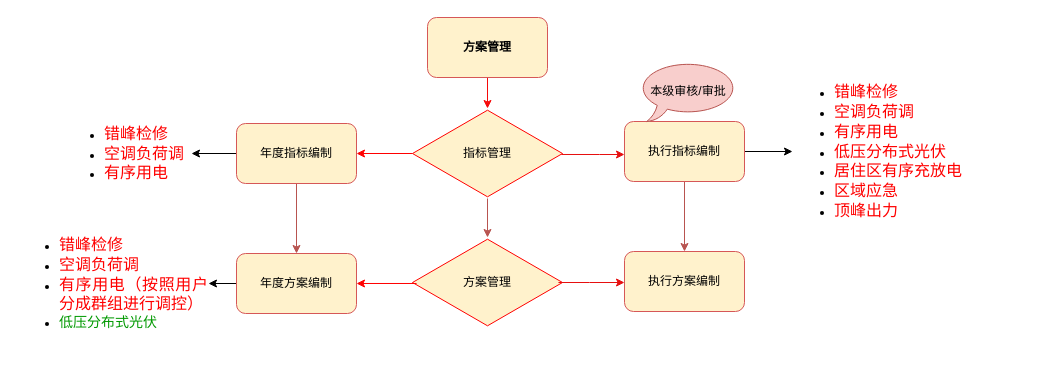
Earlier version of the draw.io diagram 资源调控.drawio (jetluo/jetluo.github.io). Source tidied: cells renumbered, new cells numbered last; positions are measured from the earlier drawing's top-left corner, leaving out a move shared by most shapes. Both pictures are drawn from the tidied source at 100%, with x=0, y=0 at pixel (17, 17).
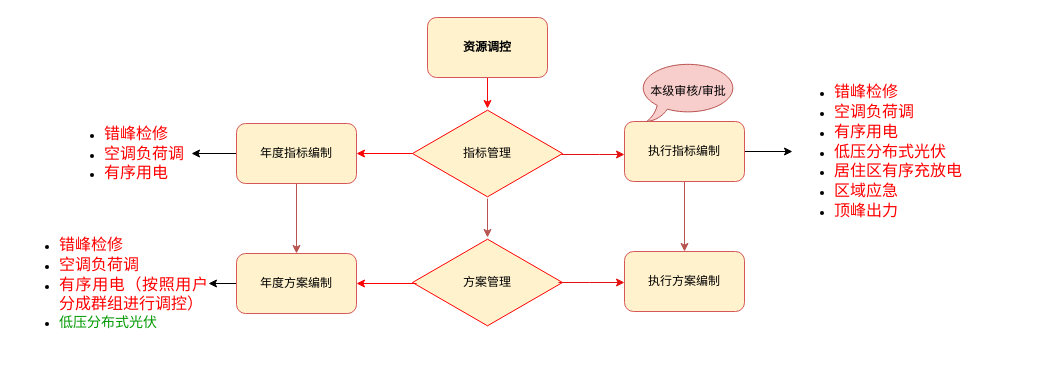
The same diagram, later.

Commit message:
更新资源调控.drawio

Change to the diagram source:
```diff
@@
-    <mxCell id="3" value="方案管理" style="whiteSpace=wrap;html=1;fillColor=#fff2cc;strokeColor=light-dark(#d65757, #6d5100);rounded=1;fontStyle=1;" parent="1" vertex="1">
+    <mxCell id="3" value="资源调控" style="whiteSpace=wrap;html=1;fillColor=#fff2cc;strokeColor=light-dark(#d65757, #6d5100);rounded=1;fontStyle=1;" parent="1" vertex="1">
       <mxGeometry x="410" width="120" height="60" as="geometry" />
     </mxCell>
```
